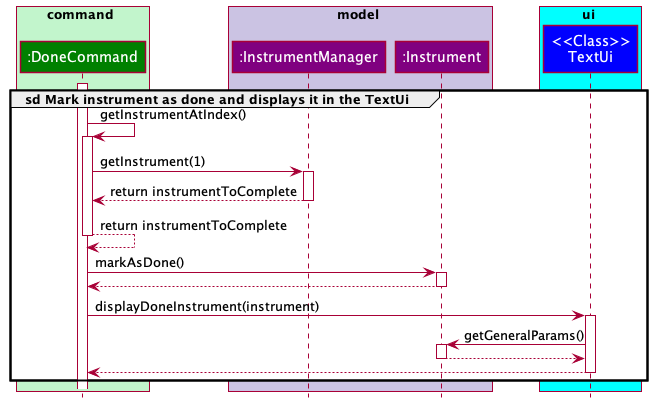
Above: docs/images/DoneCryptoExecuteDiagram.png in williamlamjy/mTracker (PlantUML), before the change.
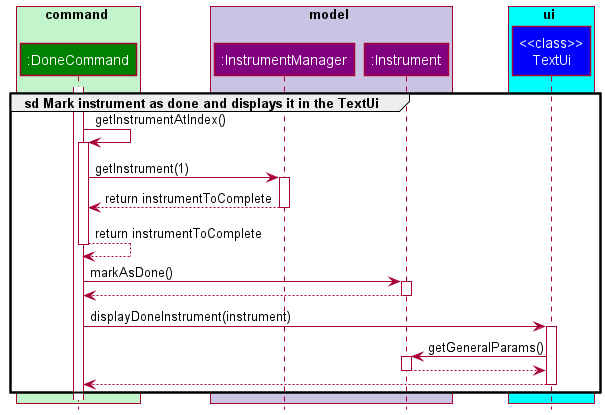
After the commit.

The edit, as a diff of the source:
```diff
@@ -12,7 +12,7 @@
 end box
 
 box ui COLOR_LIGHT_BLUE
-participant "<<Class>>\nTextUi" as TextUi COLOR_UI
+participant "<<class>>\nTextUi" as TextUi COLOR_UI
 end box
 
 activate DoneCommand
```
